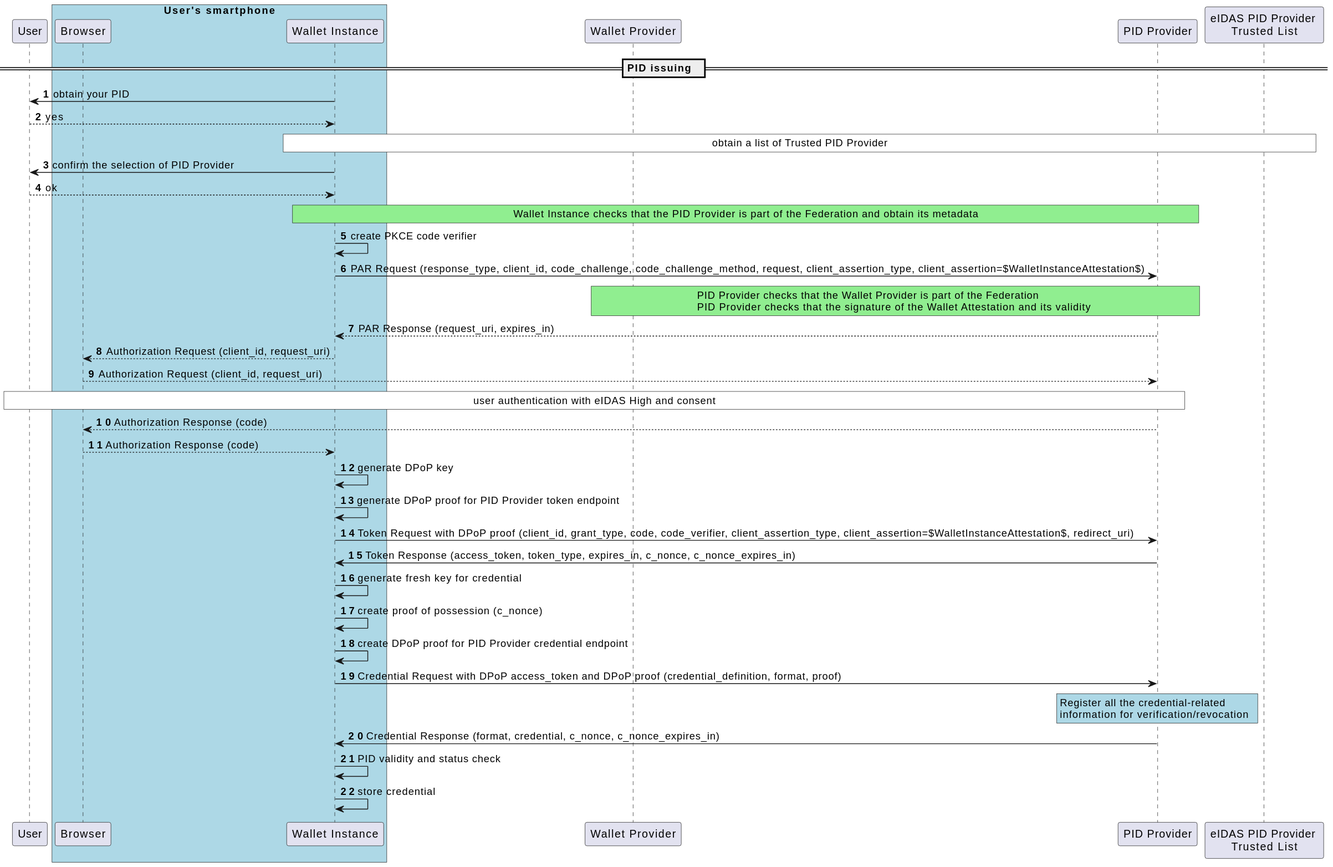
This is images/Low-Level-Flow-EUDIW-PID-Issuing.svg from italia/eudi-wallet-it-docs, a PlantUML export, as it was before one commit.
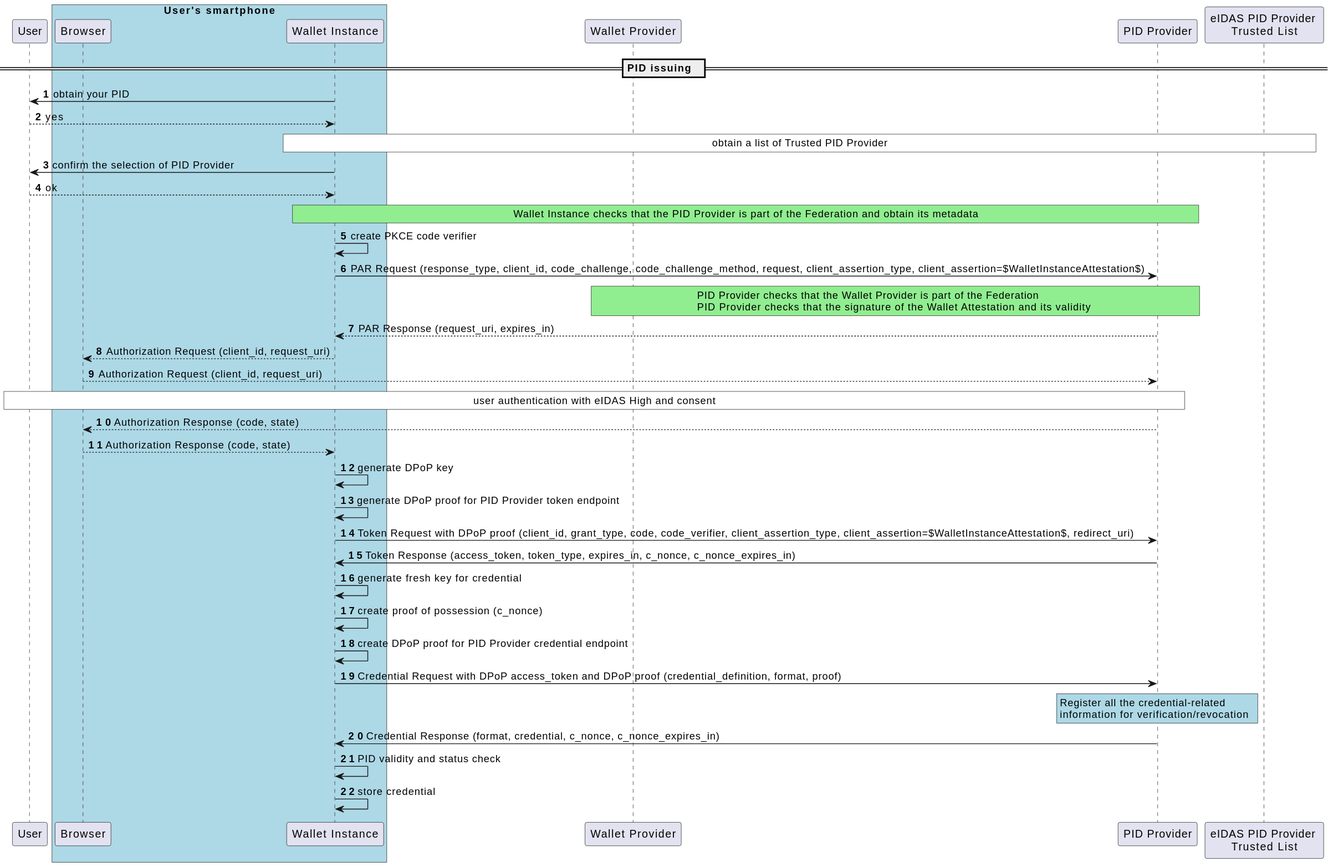
After the commit.

Commit message:
feat: add auth endpoint + fix minor typos

Diff of the diagram source:
```diff
@@ -52,8 +52,8 @@
 user authentication with eIDAS High and consent
 endrnote
 
-i --> ua : Authorization Response (code)
-ua --> w : Authorization Response (code)
+i --> ua : Authorization Response (code, state)
+ua --> w : Authorization Response (code, state)
 
 w -> w : generate DPoP key
 
```
